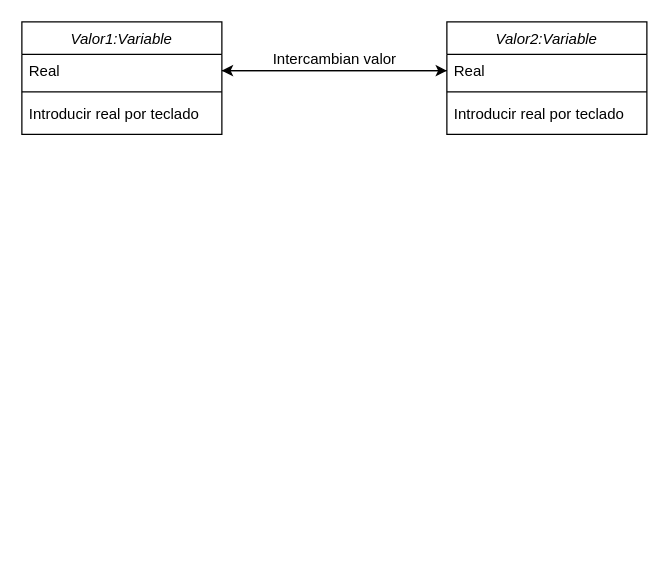
Before: Ejercicio3.drawio in vnavacar/Entrega2, a draw.io diagram. Source tidied: cells renumbered, new cells numbered last; positions are measured from the earlier drawing's top-left corner, leaving out a move shared by most shapes. Both pictures are drawn from the tidied source at 125%, with x=0, y=0 at pixel (21, 21).
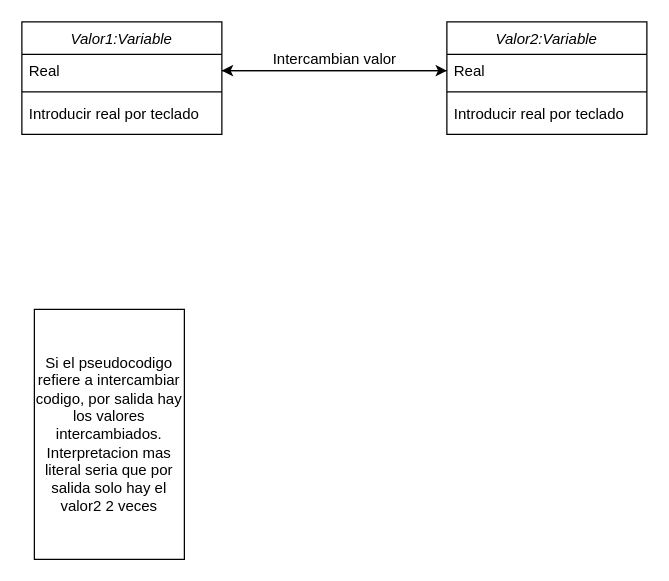
Above is the later version.

Diff of the diagram source:
```diff
@@
 <mxGraphModel>
   <root>
     <mxCell id="0" />
     <mxCell id="1" parent="0" />
     <mxCell id="2" value="Valor1:Variable" style="swimlane;fontStyle=2;align=center;verticalAlign=top;horizontal=1;startSize=26;rounded=0;shadow=0;strokeWidth=1;" parent="1" vertex="1">
       <mxGeometry width="160" height="90" as="geometry" />
     </mxCell>
     <mxCell id="3" value="Real" style="text;align=left;verticalAlign=top;spacingLeft=4;spacingRight=4;overflow=hidden;points=[[0,0.5],[1,0.5]];portConstraint=eastwest;" parent="2" vertex="1">
       <mxGeometry y="26" width="160" height="26" as="geometry" />
     </mxCell>
     <mxCell id="4" style="line;html=1;strokeWidth=1;align=left;verticalAlign=middle;spacingTop=-1;spacingLeft=3;spacingRight=3;labelPosition=right;" parent="2" vertex="1">
       <mxGeometry y="52" width="160" height="8" as="geometry" />
     </mxCell>
     <mxCell id="5" value="Introducir real por teclado" style="text;align=left;verticalAlign=top;spacingLeft=4;spacingRight=4;overflow=hidden;" parent="2" vertex="1">
       <mxGeometry y="60" width="160" height="26" as="geometry" />
     </mxCell>
     <mxCell id="6" value="Valor2:Variable" style="swimlane;fontStyle=2;align=center;verticalAlign=top;horizontal=1;startSize=26;rounded=0;shadow=0;strokeWidth=1;" parent="1" vertex="1">
       <mxGeometry x="340" width="160" height="90" as="geometry" />
     </mxCell>
     <mxCell id="7" value="Real" style="text;align=left;verticalAlign=top;spacingLeft=4;spacingRight=4;overflow=hidden;points=[[0,0.5],[1,0.5]];portConstraint=eastwest;" parent="6" vertex="1">
       <mxGeometry y="26" width="160" height="26" as="geometry" />
     </mxCell>
     <mxCell id="8" style="line;html=1;strokeWidth=1;align=left;verticalAlign=middle;spacingTop=-1;spacingLeft=3;spacingRight=3;labelPosition=right;" parent="6" vertex="1">
       <mxGeometry y="52" width="160" height="8" as="geometry" />
     </mxCell>
     <mxCell id="9" value="Introducir real por teclado" style="text;align=left;verticalAlign=top;spacingLeft=4;spacingRight=4;overflow=hidden;" parent="6" vertex="1">
       <mxGeometry y="60" width="160" height="26" as="geometry" />
     </mxCell>
     <mxCell id="10" style="edgeStyle=orthogonalEdgeStyle;rounded=0;jettySize=auto;html=1;exitX=1;exitY=0.5;exitDx=0;exitDy=0;entryX=0;entryY=0.5;entryDx=0;entryDy=0;" parent="1" edge="1" source="3" target="7">
       <mxGeometry relative="1" as="geometry" />
     </mxCell>
     <mxCell id="11" style="edgeStyle=orthogonalEdgeStyle;rounded=0;jettySize=auto;html=1;exitX=0;exitY=0.5;exitDx=0;exitDy=0;" parent="1" edge="1" source="7">
       <mxGeometry relative="1" as="geometry">
         <mxPoint x="160" y="39" as="targetPoint" />
       </mxGeometry>
     </mxCell>
     <mxCell id="12" value="Intercambian valor" style="text;html=1;align=center;verticalAlign=middle;strokeColor=none;fillColor=none;" parent="1" vertex="1">
       <mxGeometry x="195" y="20" width="110" height="20" as="geometry" />
     </mxCell>
+    <mxCell id="13" value="Si el pseudocodigo refiere a intercambiar codigo, por salida hay los valores intercambiados.&lt;br&gt;Interpretacion mas literal seria que por salida solo hay el valor2 2 veces" style="rounded=0;whiteSpace=wrap;html=1;" parent="1" vertex="1">
+      <mxGeometry x="10" y="230" width="120" height="200" as="geometry" />
+    </mxCell>
   </root>
 </mxGraphModel>
```
